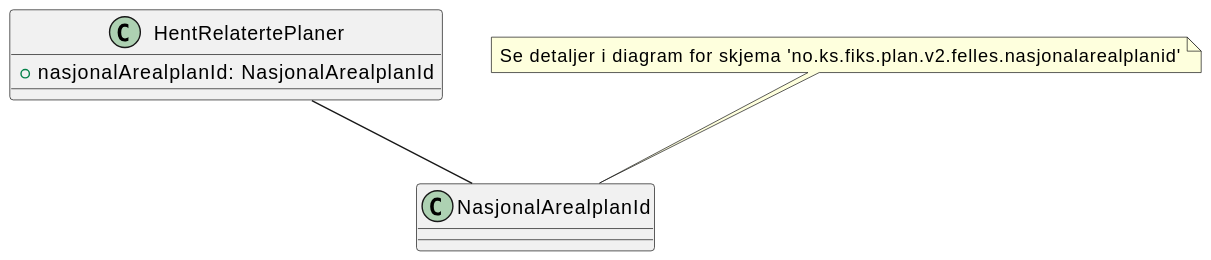
This is Dokumentasjon/V2/ClassDiagrams/no.ks.fiks.plan.v2.innsyn.relaterteplaner.hent/relaterteplaner-hent.svg from ks-no/fiks-plan-specification, a PlantUML export, as it was before one commit.
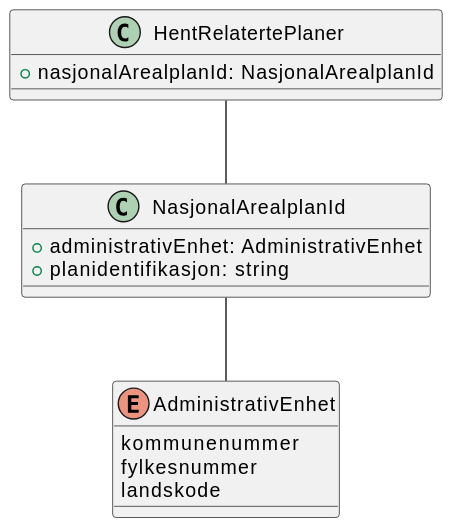
After the change.

Change to the diagram source:
```diff
@@ -1,9 +1,9 @@
 @startuml
+!include ./../no.ks.fiks.plan.v2.felles.nasjonalarealplanid/nasjonalarealplanid.pu
+
 class HentRelatertePlaner {
     +nasjonalArealplanId: NasjonalArealplanId
 }
 
 HentRelatertePlaner -- NasjonalArealplanId
-
-note top of NasjonalArealplanId : Se detaljer i diagram for skjema 'no.ks.fiks.plan.v2.felles.nasjonalarealplanid'
 @enduml
```
